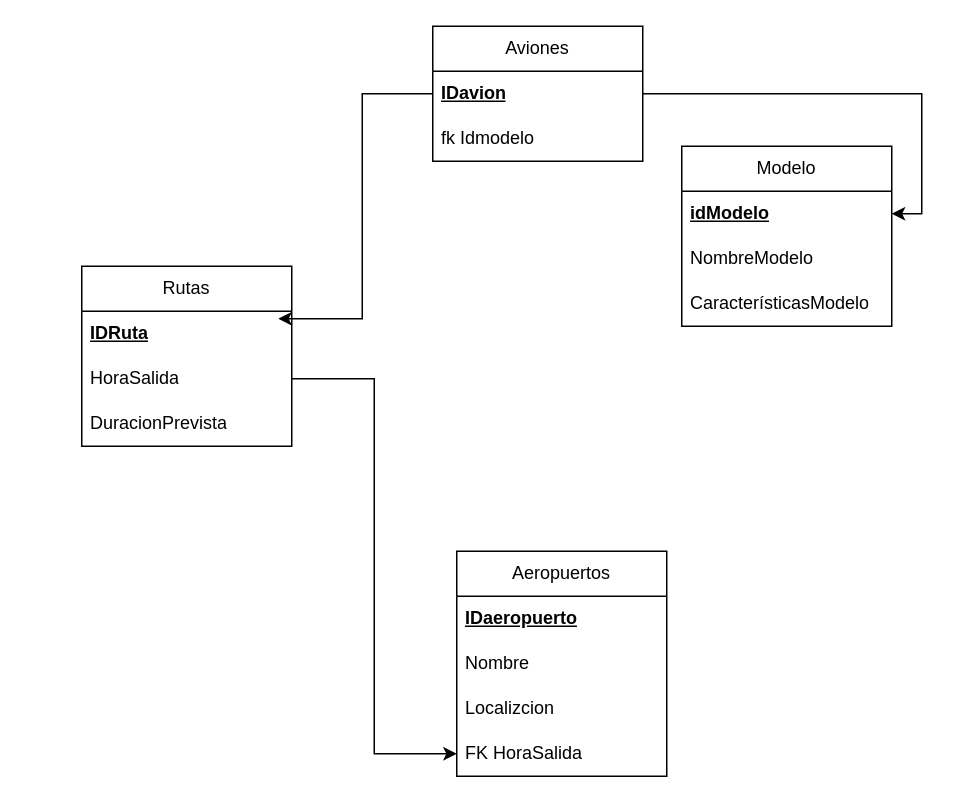
Before: BAE/tarea2.drawio in toninavhd/1-DAW_pt2, a draw.io diagram. Source tidied: cells renumbered, new cells numbered last; positions are measured from the earlier drawing's top-left corner, leaving out a move shared by most shapes. Both pictures are drawn from the tidied source at 150%, with x=0, y=0 at pixel (81, 26).
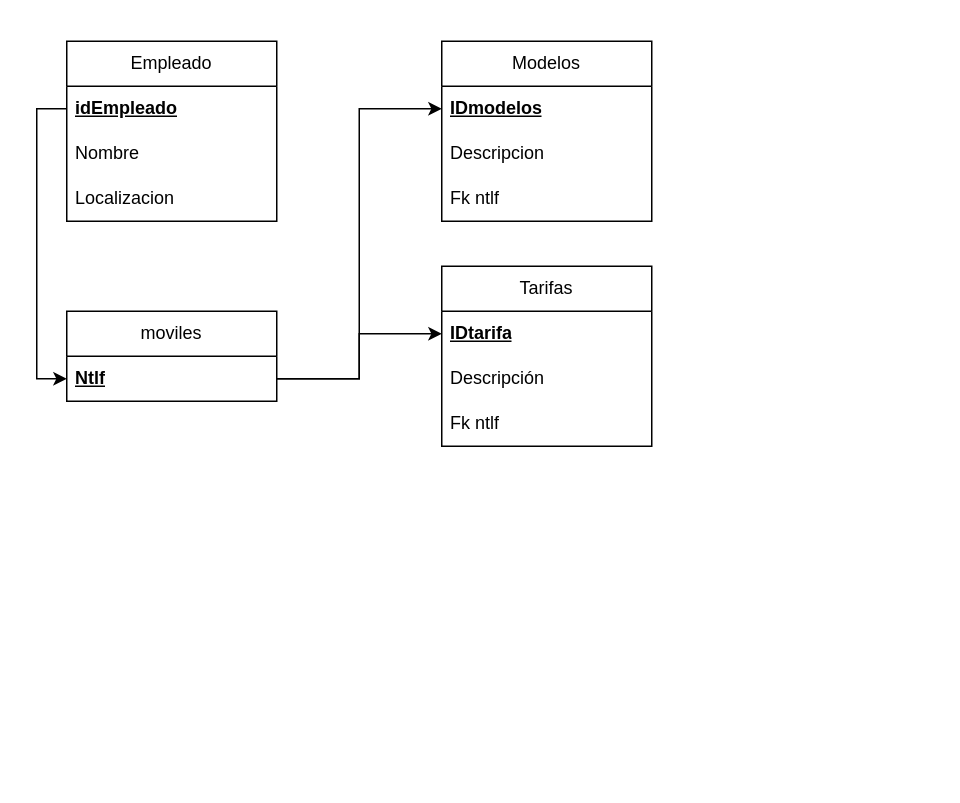
After the change.

What changed in the source:
```diff
@@
-    <mxCell id="2" value="Rutas" style="swimlane;fontStyle=0;horizontal=1;startSize=30;whiteSpace=wrap;html=1;" parent="1" vertex="1">
-      <mxGeometry y="160" width="140" height="120" as="geometry" />
+    <mxCell id="2" value="moviles" style="swimlane;fontStyle=0;horizontal=1;startSize=30;whiteSpace=wrap;html=1;" parent="1" vertex="1">
+      <mxGeometry x="-10" y="190" width="140" height="60" as="geometry" />
     </mxCell>
-    <mxCell id="3" value="&lt;b style=&quot;&quot;&gt;&lt;u&gt;IDRuta&lt;/u&gt;&lt;/b&gt;" style="text;strokeColor=none;fillColor=none;align=left;verticalAlign=middle;spacingLeft=4;spacingRight=4;overflow=hidden;points=[[0,0.5],[1,0.5]];portConstraint=eastwest;whiteSpace=wrap;html=1;" parent="2" vertex="1">
+    <mxCell id="3" value="&lt;b style=&quot;&quot;&gt;&lt;u&gt;Ntlf&lt;/u&gt;&lt;/b&gt;" style="text;strokeColor=none;fillColor=none;align=left;verticalAlign=middle;spacingLeft=4;spacingRight=4;overflow=hidden;points=[[0,0.5],[1,0.5]];portConstraint=eastwest;whiteSpace=wrap;html=1;" parent="2" vertex="1">
       <mxGeometry y="30" width="140" height="30" as="geometry" />
     </mxCell>
-    <mxCell id="4" value="HoraSalida" style="text;strokeColor=none;fillColor=none;align=left;verticalAlign=middle;spacingLeft=4;spacingRight=4;overflow=hidden;points=[[0,0.5],[1,0.5]];portConstraint=eastwest;whiteSpace=wrap;html=1;" parent="2" vertex="1">
-      <mxGeometry y="60" width="140" height="30" as="geometry" />
-    </mxCell>
-    <mxCell id="5" value="DuracionPrevista" style="text;strokeColor=none;fillColor=none;align=left;verticalAlign=middle;spacingLeft=4;spacingRight=4;overflow=hidden;whiteSpace=wrap;html=1;" parent="2" vertex="1">
-      <mxGeometry y="90" width="140" height="30" as="geometry" />
-    </mxCell>
-    <mxCell id="6" value="Aviones" style="swimlane;fontStyle=0;horizontal=1;startSize=30;whiteSpace=wrap;html=1;" parent="1" vertex="1">
-      <mxGeometry x="234" width="140" height="90" as="geometry" />
+    <mxCell id="6" value="Modelos" style="swimlane;fontStyle=0;horizontal=1;startSize=30;whiteSpace=wrap;html=1;" parent="1" vertex="1">
+      <mxGeometry x="240" y="10" width="140" height="120" as="geometry" />
     </mxCell>
-    <mxCell id="7" value="&lt;u&gt;&lt;b&gt;IDavion&lt;/b&gt;&lt;/u&gt;" style="text;strokeColor=none;fillColor=none;align=left;verticalAlign=middle;spacingLeft=4;spacingRight=4;overflow=hidden;points=[[0,0.5],[1,0.5]];portConstraint=eastwest;whiteSpace=wrap;html=1;" parent="6" vertex="1">
+    <mxCell id="7" value="&lt;b&gt;&lt;u&gt;IDmodelos&lt;/u&gt;&lt;/b&gt;" style="text;strokeColor=none;fillColor=none;align=left;verticalAlign=middle;spacingLeft=4;spacingRight=4;overflow=hidden;points=[[0,0.5],[1,0.5]];portConstraint=eastwest;whiteSpace=wrap;html=1;" parent="6" vertex="1">
       <mxGeometry y="30" width="140" height="30" as="geometry" />
     </mxCell>
-    <mxCell id="8" value="fk Idmodelo" style="text;strokeColor=none;fillColor=none;align=left;verticalAlign=middle;spacingLeft=4;spacingRight=4;overflow=hidden;whiteSpace=wrap;html=1;" parent="6" vertex="1">
+    <mxCell id="8" value="Descripcion" style="text;strokeColor=none;fillColor=none;align=left;verticalAlign=middle;spacingLeft=4;spacingRight=4;overflow=hidden;whiteSpace=wrap;html=1;" parent="6" vertex="1">
       <mxGeometry y="60" width="140" height="30" as="geometry" />
     </mxCell>
+    <mxCell id="21" value="Fk ntlf" style="text;strokeColor=none;fillColor=none;align=left;verticalAlign=middle;spacingLeft=4;spacingRight=4;overflow=hidden;whiteSpace=wrap;html=1;" parent="6" vertex="1">
+      <mxGeometry y="90" width="140" height="30" as="geometry" />
+    </mxCell>
-    <mxCell id="9" value="Aeropuertos" style="swimlane;fontStyle=0;horizontal=1;startSize=30;whiteSpace=wrap;html=1;" parent="1" vertex="1">
-      <mxGeometry x="250" y="350" width="140" height="150" as="geometry" />
+    <mxCell id="9" value="Tarifas" style="swimlane;fontStyle=0;horizontal=1;startSize=30;whiteSpace=wrap;html=1;" parent="1" vertex="1">
+      <mxGeometry x="240" y="160" width="140" height="120" as="geometry" />
     </mxCell>
-    <mxCell id="10" value="&lt;u&gt;&lt;b&gt;IDaeropuerto&lt;/b&gt;&lt;/u&gt;" style="text;strokeColor=none;fillColor=none;align=left;verticalAlign=middle;spacingLeft=4;spacingRight=4;overflow=hidden;points=[[0,0.5],[1,0.5]];portConstraint=eastwest;whiteSpace=wrap;html=1;" parent="9" vertex="1">
+    <mxCell id="10" value="&lt;b&gt;&lt;u&gt;IDtarifa&lt;/u&gt;&lt;/b&gt;" style="text;strokeColor=none;fillColor=none;align=left;verticalAlign=middle;spacingLeft=4;spacingRight=4;overflow=hidden;points=[[0,0.5],[1,0.5]];portConstraint=eastwest;whiteSpace=wrap;html=1;" parent="9" vertex="1">
       <mxGeometry y="30" width="140" height="30" as="geometry" />
     </mxCell>
-    <mxCell id="11" value="Nombre" style="text;strokeColor=none;fillColor=none;align=left;verticalAlign=middle;spacingLeft=4;spacingRight=4;overflow=hidden;whiteSpace=wrap;html=1;" parent="9" vertex="1">
+    <mxCell id="11" value="Descripción" style="text;strokeColor=none;fillColor=none;align=left;verticalAlign=middle;spacingLeft=4;spacingRight=4;overflow=hidden;whiteSpace=wrap;html=1;" parent="9" vertex="1">
       <mxGeometry y="60" width="140" height="30" as="geometry" />
     </mxCell>
-    <mxCell id="12" value="Localizcion" style="text;strokeColor=none;fillColor=none;align=left;verticalAlign=middle;spacingLeft=4;spacingRight=4;overflow=hidden;whiteSpace=wrap;html=1;" parent="9" vertex="1">
-      <mxGeometry y="90" width="140" height="30" as="geometry" />
-    </mxCell>
-    <mxCell id="13" value="FK HoraSalida" style="text;strokeColor=none;fillColor=none;align=left;verticalAlign=middle;spacingLeft=4;spacingRight=4;overflow=hidden;points=[[0,0.5],[1,0.5]];portConstraint=eastwest;whiteSpace=wrap;html=1;" parent="9" vertex="1">
-      <mxGeometry y="120" width="140" height="30" as="geometry" />
-    </mxCell>
+    <mxCell id="22" value="Fk ntlf" style="text;strokeColor=none;fillColor=none;align=left;verticalAlign=middle;spacingLeft=4;spacingRight=4;overflow=hidden;whiteSpace=wrap;html=1;" parent="9" vertex="1">
+      <mxGeometry y="90" width="140" height="30" as="geometry" />
+    </mxCell>
-    <mxCell id="14" value="Modelo" style="swimlane;fontStyle=0;horizontal=1;startSize=30;whiteSpace=wrap;html=1;" parent="1" vertex="1">
-      <mxGeometry x="400" y="80" width="140" height="120" as="geometry" />
+    <mxCell id="14" value="Empleado" style="swimlane;fontStyle=0;horizontal=1;startSize=30;whiteSpace=wrap;html=1;" parent="1" vertex="1">
+      <mxGeometry x="-10" y="10" width="140" height="120" as="geometry" />
     </mxCell>
-    <mxCell id="15" value="&lt;u&gt;&lt;b&gt;idModelo&lt;/b&gt;&lt;/u&gt;" style="text;strokeColor=none;fillColor=none;align=left;verticalAlign=middle;spacingLeft=4;spacingRight=4;overflow=hidden;points=[[0,0.5],[1,0.5]];portConstraint=eastwest;whiteSpace=wrap;html=1;" parent="14" vertex="1">
+    <mxCell id="15" value="&lt;u&gt;&lt;b&gt;idEmpleado&lt;/b&gt;&lt;/u&gt;" style="text;strokeColor=none;fillColor=none;align=left;verticalAlign=middle;spacingLeft=4;spacingRight=4;overflow=hidden;points=[[0,0.5],[1,0.5]];portConstraint=eastwest;whiteSpace=wrap;html=1;" parent="14" vertex="1">
       <mxGeometry y="30" width="140" height="30" as="geometry" />
     </mxCell>
-    <mxCell id="16" value="NombreModelo" style="text;strokeColor=none;fillColor=none;align=left;verticalAlign=middle;spacingLeft=4;spacingRight=4;overflow=hidden;whiteSpace=wrap;html=1;" parent="14" vertex="1">
+    <mxCell id="16" value="Nombre" style="text;strokeColor=none;fillColor=none;align=left;verticalAlign=middle;spacingLeft=4;spacingRight=4;overflow=hidden;whiteSpace=wrap;html=1;" parent="14" vertex="1">
       <mxGeometry y="60" width="140" height="30" as="geometry" />
     </mxCell>
-    <mxCell id="17" value="CaracterísticasModelo" style="text;strokeColor=none;fillColor=none;align=left;verticalAlign=middle;spacingLeft=4;spacingRight=4;overflow=hidden;whiteSpace=wrap;html=1;" parent="14" vertex="1">
+    <mxCell id="17" value="Localizacion" style="text;strokeColor=none;fillColor=none;align=left;verticalAlign=middle;spacingLeft=4;spacingRight=4;overflow=hidden;whiteSpace=wrap;html=1;" parent="14" vertex="1">
       <mxGeometry y="90" width="140" height="30" as="geometry" />
     </mxCell>
-    <mxCell id="18" style="edgeStyle=orthogonalEdgeStyle;rounded=0;jettySize=auto;html=1;exitX=1;exitY=0.5;exitDx=0;exitDy=0;entryX=1;entryY=0.5;entryDx=0;entryDy=0;" parent="1" edge="1" source="7" target="15">
-      <mxGeometry relative="1" as="geometry" />
-    </mxCell>
-    <mxCell id="19" style="edgeStyle=orthogonalEdgeStyle;rounded=0;jettySize=auto;html=1;exitX=1;exitY=0.5;exitDx=0;exitDy=0;entryX=0;entryY=0.5;entryDx=0;entryDy=0;" parent="1" edge="1" source="4" target="13">
-      <mxGeometry relative="1" as="geometry" />
-    </mxCell>
-    <mxCell id="20" style="edgeStyle=orthogonalEdgeStyle;rounded=0;jettySize=auto;html=1;exitX=0;exitY=0.5;exitDx=0;exitDy=0;entryX=0.936;entryY=0.167;entryDx=0;entryDy=0;entryPerimeter=0;" parent="1" edge="1" source="7" target="3">
-      <mxGeometry relative="1" as="geometry" />
-    </mxCell>
+    <mxCell id="23" style="edgeStyle=orthogonalEdgeStyle;rounded=0;jettySize=auto;html=1;exitX=0;exitY=0.5;exitDx=0;exitDy=0;entryX=0;entryY=0.5;entryDx=0;entryDy=0;" parent="1" edge="1" source="15" target="3">
+      <mxGeometry relative="1" as="geometry" />
+    </mxCell>
+    <mxCell id="24" style="edgeStyle=orthogonalEdgeStyle;rounded=0;jettySize=auto;html=1;exitX=1;exitY=0.5;exitDx=0;exitDy=0;entryX=0;entryY=0.5;entryDx=0;entryDy=0;" parent="1" edge="1" source="3" target="7">
+      <mxGeometry relative="1" as="geometry" />
+    </mxCell>
+    <mxCell id="25" style="edgeStyle=orthogonalEdgeStyle;rounded=0;jettySize=auto;html=1;exitX=1;exitY=0.5;exitDx=0;exitDy=0;" parent="1" edge="1" source="3" target="10">
+      <mxGeometry relative="1" as="geometry" />
+    </mxCell>
```
